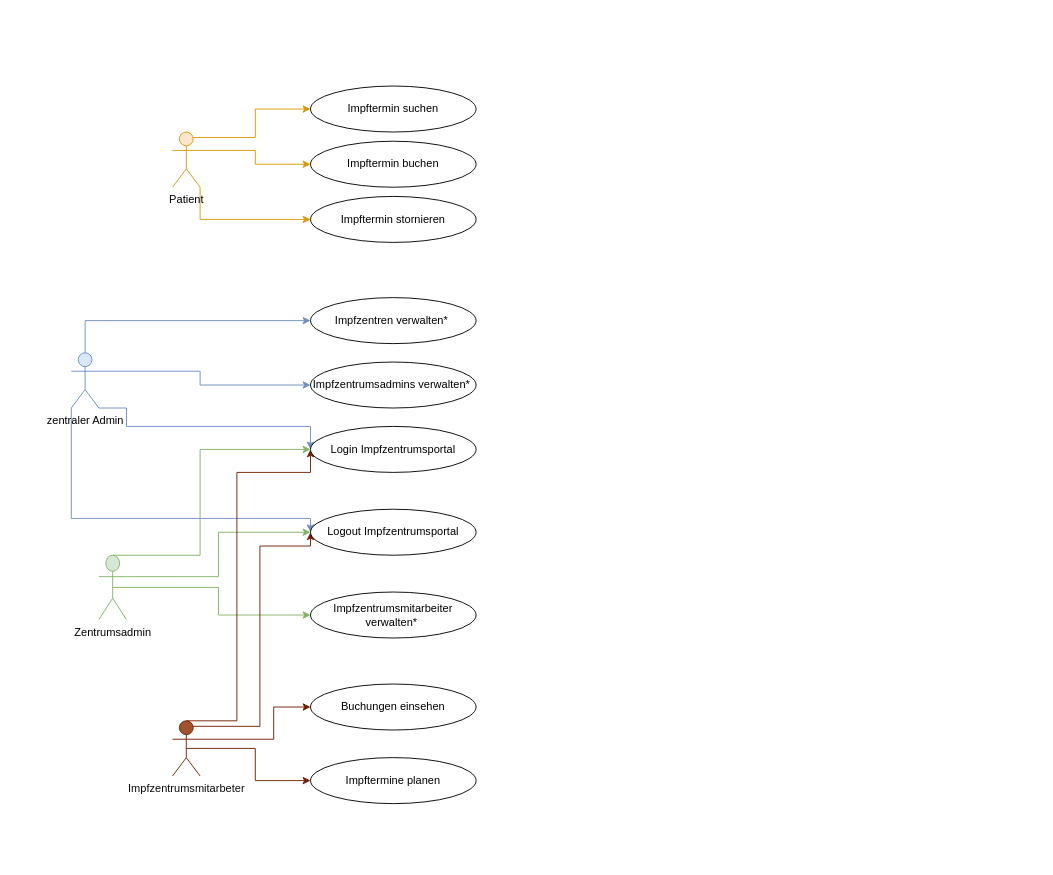
The draw.io diagram Untitled Diagram.drawio in janafarag/sswe, before the edit. Source tidied: cells renumbered, new cells numbered last; positions are measured from the earlier drawing's top-left corner, leaving out a move shared by most shapes. Both pictures are drawn from the tidied source at 92%, with x=0, y=0 at pixel (71, 86).
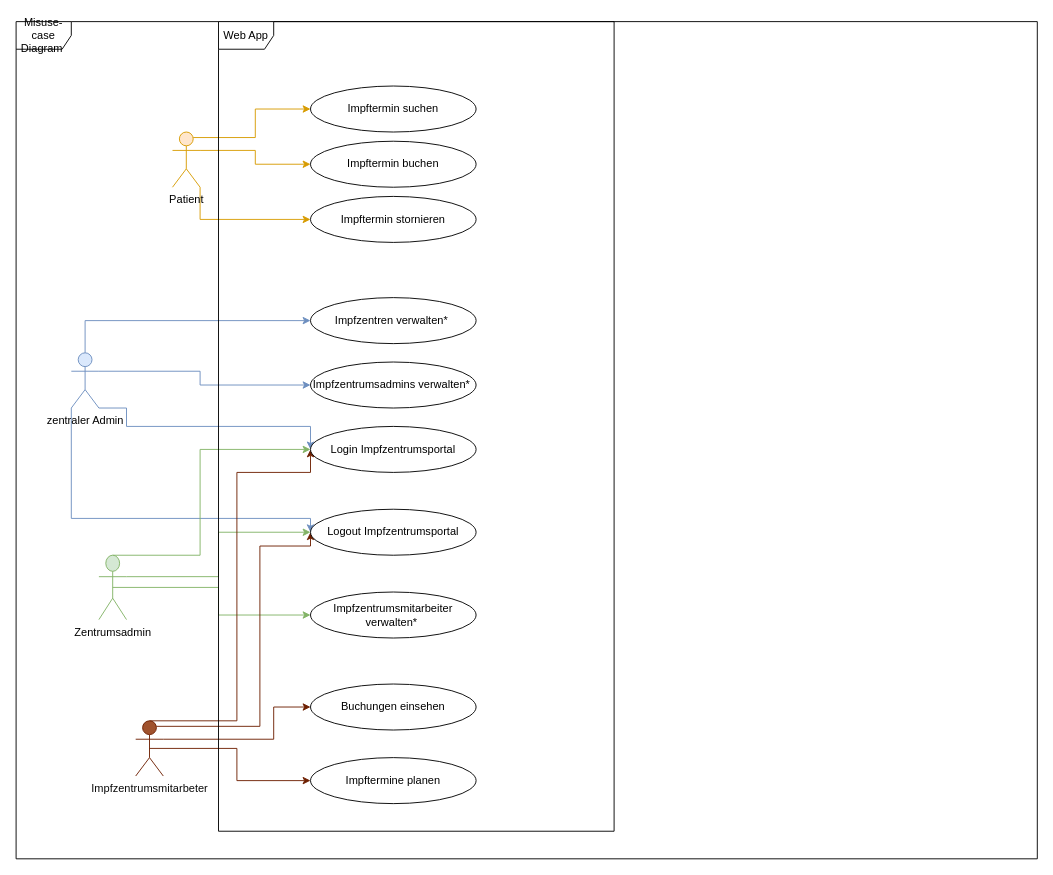
The same page after the edit.

Diff of the diagram source:
```diff
@@
     <mxCell id="19" value="&lt;div&gt;&lt;font color=&quot;#0a0a0a&quot;&gt;Impfzentrumsmitarbeter&lt;/font&gt;&lt;/div&gt;" style="shape=umlActor;verticalLabelPosition=bottom;verticalAlign=top;html=1;outlineConnect=0;fillColor=#a0522d;fontColor=#ffffff;strokeColor=#6D1F00;" parent="1" vertex="1">
-      <mxGeometry x="110" y="690" width="30" height="60" as="geometry" />
+      <mxGeometry x="70" y="690" width="30" height="60" as="geometry" />
     </mxCell>
@@
+    <mxCell id="30" value="Misuse-case Diagram&amp;nbsp;" style="shape=umlFrame;whiteSpace=wrap;html=1;" parent="1" vertex="1">
+      <mxGeometry x="-60" y="-70" width="1110" height="910" as="geometry" />
+    </mxCell>
+    <mxCell id="31" value="Web App" style="shape=umlFrame;whiteSpace=wrap;html=1;" parent="1" vertex="1">
+      <mxGeometry x="160" y="-70" width="430" height="880" as="geometry" />
+    </mxCell>
```
